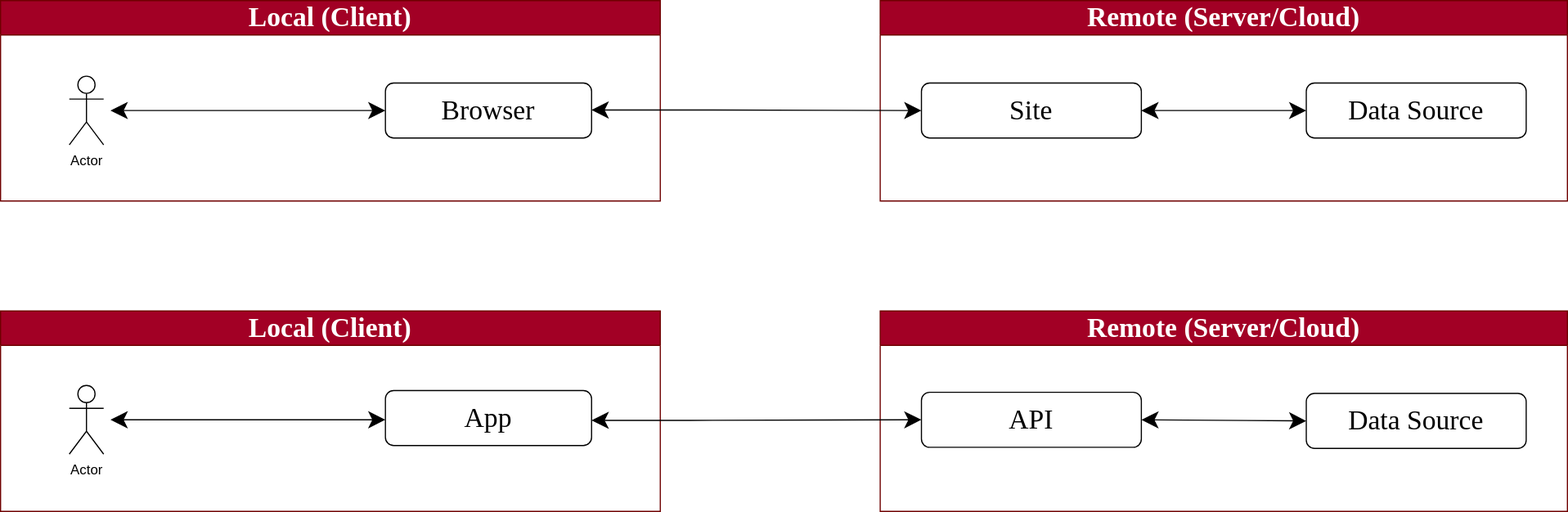
Earlier version of the draw.io export slides/images/website-vs-mobile-high-level.drawio.svg (andylech/talk-mobile-secrets). Source tidied: cells renumbered, new cells last; positions are measured from the earlier drawing's top-left corner, leaving out a move shared by most shapes.
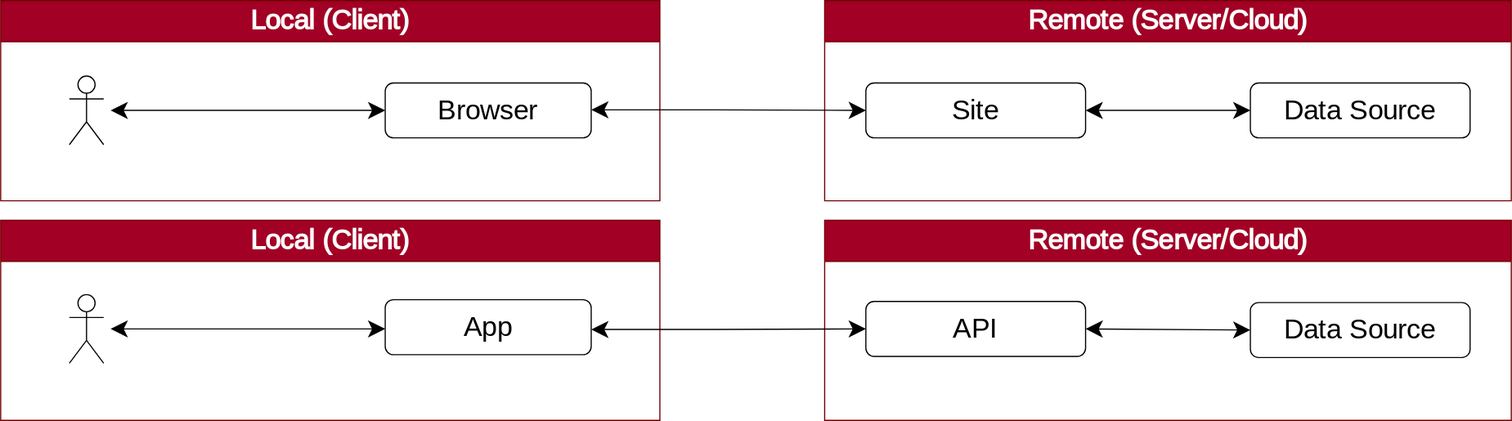
The same file after the commit.

What changed in the source:
```diff
@@ -2,13 +2,13 @@
   <root>
     <mxCell id="0" />
     <mxCell id="1" parent="0" />
-    <mxCell id="2" value="&lt;font face=&quot;Martel Sans&quot; style=&quot;font-size: 24px;&quot;&gt;Local (Client)&lt;/font&gt;" style="swimlane;whiteSpace=wrap;html=1;fillColor=#a20025;fontColor=#ffffff;strokeColor=#6F0000;swimlaneFillColor=none;startSize=30;glass=0;rounded=0;" parent="1" vertex="1">
-      <mxGeometry width="576" height="175" as="geometry" />
+    <mxCell id="2" value="&lt;font style=&quot;font-size: 24px;&quot;&gt;Local (Client)&lt;/font&gt;" style="swimlane;whiteSpace=wrap;html=1;fillColor=#a20025;fontColor=#ffffff;strokeColor=#6F0000;swimlaneFillColor=none;startSize=36;glass=0;rounded=0;fontFamily=Martel Sans;fontSource=https%3A%2F%2Ffonts.googleapis.com%2Fcss%3Ffamily%3DMartel%2BSans;" parent="1" vertex="1">
+      <mxGeometry x="-24" y="-24" width="576" height="175" as="geometry" />
     </mxCell>
     <mxCell id="3" value="&lt;font style=&quot;font-size: 24px;&quot;&gt;Browser&lt;/font&gt;" style="rounded=1;whiteSpace=wrap;html=1;fontSize=20;startSize=30;fillColor=none;gradientColor=none;labelBackgroundColor=default;fontFamily=Martel Sans;fontSource=https%3A%2F%2Ffonts.googleapis.com%2Fcss%3Ffamily%3DMartel%2BSans;" parent="2" vertex="1">
       <mxGeometry x="336" y="72" width="180" height="48" as="geometry" />
     </mxCell>
-    <mxCell id="4" style="endArrow=classic;html=1;fontSize=20;startSize=12;entryX=0;entryY=0.5;entryDx=0;entryDy=0;startArrow=classic;startFill=1;endFill=1;endSize=12;" parent="2" edge="1" target="3">
+    <mxCell id="4" style="endArrow=classic;html=1;fontSize=20;startSize=12;entryX=0;entryY=0.5;entryDx=0;entryDy=0;startArrow=classic;startFill=1;endFill=1;endSize=12;fontFamily=Martel Sans;fontSource=https%3A%2F%2Ffonts.googleapis.com%2Fcss%3Ffamily%3DMartel%2BSans;" parent="2" edge="1" target="3">
       <mxGeometry relative="1" as="geometry">
         <mxPoint x="96" y="96" as="sourcePoint" />
         <Array as="points">
@@ -16,11 +16,11 @@
         </Array>
       </mxGeometry>
     </mxCell>
-    <mxCell id="5" value="Actor" style="shape=umlActor;verticalLabelPosition=bottom;verticalAlign=top;html=1;" parent="2" vertex="1">
+    <mxCell id="5" value="Actor" style="shape=umlActor;verticalLabelPosition=bottom;verticalAlign=top;fontFamily=Martel Sans;fontSource=https%3A%2F%2Ffonts.googleapis.com%2Fcss%3Ffamily%3DMartel%2BSans;html=1;fontColor=none;noLabel=1;" parent="2" vertex="1">
       <mxGeometry x="60" y="66" width="30" height="60" as="geometry" />
     </mxCell>
-    <mxCell id="6" value="&lt;font style=&quot;font-size: 24px;&quot;&gt;Remote (Server/Cloud)&lt;/font&gt;" style="swimlane;whiteSpace=wrap;html=1;fillColor=#a20025;fontColor=#ffffff;strokeColor=#6F0000;swimlaneFillColor=none;fontSize=20;startSize=30;fontFamily=Martel Sans;fontSource=https%3A%2F%2Ffonts.googleapis.com%2Fcss%3Ffamily%3DMartel%2BSans;" parent="1" vertex="1">
-      <mxGeometry x="768" width="600" height="175" as="geometry" />
+    <mxCell id="6" value="&lt;font style=&quot;font-size: 24px;&quot;&gt;Remote (Server/Cloud)&lt;/font&gt;" style="swimlane;whiteSpace=wrap;html=1;fillColor=#a20025;fontColor=#ffffff;strokeColor=#6F0000;swimlaneFillColor=none;fontSize=20;startSize=36;fontFamily=Martel Sans;fontSource=https%3A%2F%2Ffonts.googleapis.com%2Fcss%3Ffamily%3DMartel%2BSans;" parent="1" vertex="1">
+      <mxGeometry x="696" y="-24" width="600" height="175" as="geometry" />
     </mxCell>
     <mxCell id="7" value="&lt;font style=&quot;font-size: 24px;&quot;&gt;Site&lt;/font&gt;" style="rounded=1;whiteSpace=wrap;html=1;fontSize=20;startSize=30;fillColor=none;gradientColor=none;fontFamily=Martel Sans;fontSource=https%3A%2F%2Ffonts.googleapis.com%2Fcss%3Ffamily%3DMartel%2BSans;" parent="6" vertex="1">
       <mxGeometry x="36" y="72" width="192" height="48" as="geometry" />
@@ -31,21 +31,21 @@
     <mxCell id="9" style="endArrow=classic;startArrow=classic;html=1;fontFamily=Martel Sans;fontSource=https%3A%2F%2Ffonts.googleapis.com%2Fcss%3Ffamily%3DMartel%2BSans;endSize=12;exitX=1;exitY=0.5;exitDx=0;exitDy=0;entryX=0;entryY=0.5;entryDx=0;entryDy=0;startSize=12;" parent="6" edge="1" source="7" target="8">
       <mxGeometry relative="1" as="geometry" />
     </mxCell>
-    <mxCell id="10" style="endArrow=classic;html=1;fontSize=20;startSize=12;entryX=0;entryY=0.5;entryDx=0;entryDy=0;exitX=1;exitY=0.5;exitDx=0;exitDy=0;startArrow=classic;startFill=1;endFill=1;endSize=12;" parent="1" edge="1" target="7">
+    <mxCell id="10" style="endArrow=classic;html=1;fontSize=20;startSize=12;entryX=0;entryY=0.5;entryDx=0;entryDy=0;exitX=1;exitY=0.5;exitDx=0;exitDy=0;startArrow=classic;startFill=1;endFill=1;endSize=12;fontFamily=Martel Sans;fontSource=https%3A%2F%2Ffonts.googleapis.com%2Fcss%3Ffamily%3DMartel%2BSans;" parent="1" edge="1" target="7">
       <mxGeometry relative="1" as="geometry">
-        <mxPoint x="516" y="95.5" as="sourcePoint" />
+        <mxPoint x="492" y="71.5" as="sourcePoint" />
         <Array as="points">
-          <mxPoint x="612" y="95.5" />
+          <mxPoint x="588" y="71.5" />
         </Array>
       </mxGeometry>
     </mxCell>
-    <mxCell id="11" value="&lt;font face=&quot;Martel Sans&quot; style=&quot;font-size: 24px;&quot;&gt;Local (Client)&lt;/font&gt;" style="swimlane;whiteSpace=wrap;html=1;fillColor=#a20025;fontColor=#ffffff;strokeColor=#6F0000;swimlaneFillColor=none;startSize=30;glass=0;rounded=0;" parent="1" vertex="1">
-      <mxGeometry y="271" width="576" height="175" as="geometry" />
+    <mxCell id="11" value="&lt;font style=&quot;font-size: 24px;&quot;&gt;Local (Client)&lt;/font&gt;" style="swimlane;whiteSpace=wrap;html=1;fillColor=#a20025;fontColor=#ffffff;strokeColor=#6F0000;swimlaneFillColor=none;startSize=36;glass=0;rounded=0;fontFamily=Martel Sans;fontSource=https%3A%2F%2Ffonts.googleapis.com%2Fcss%3Ffamily%3DMartel%2BSans;" parent="1" vertex="1">
+      <mxGeometry x="-24" y="168" width="576" height="175" as="geometry" />
     </mxCell>
     <mxCell id="12" value="&lt;font style=&quot;font-size: 24px;&quot;&gt;App&lt;/font&gt;" style="rounded=1;whiteSpace=wrap;html=1;fontSize=20;startSize=30;fillColor=none;gradientColor=none;labelBackgroundColor=default;fontFamily=Martel Sans;fontSource=https%3A%2F%2Ffonts.googleapis.com%2Fcss%3Ffamily%3DMartel%2BSans;" parent="11" vertex="1">
       <mxGeometry x="336" y="69.5" width="180" height="48" as="geometry" />
     </mxCell>
-    <mxCell id="13" style="endArrow=classic;html=1;fontSize=20;startSize=12;entryX=0;entryY=0.5;entryDx=0;entryDy=0;startArrow=classic;startFill=1;endFill=1;endSize=12;" parent="11" edge="1">
+    <mxCell id="13" style="endArrow=classic;html=1;fontSize=20;startSize=12;entryX=0;entryY=0.5;entryDx=0;entryDy=0;startArrow=classic;startFill=1;endFill=1;endSize=12;fontFamily=Martel Sans;fontSource=https%3A%2F%2Ffonts.googleapis.com%2Fcss%3Ffamily%3DMartel%2BSans;" parent="11" edge="1">
       <mxGeometry relative="1" as="geometry">
         <mxPoint x="96" y="95" as="sourcePoint" />
         <mxPoint x="336" y="95" as="targetPoint" />
@@ -54,11 +54,11 @@
         </Array>
       </mxGeometry>
     </mxCell>
-    <mxCell id="14" value="Actor" style="shape=umlActor;verticalLabelPosition=bottom;verticalAlign=top;html=1;" parent="11" vertex="1">
+    <mxCell id="14" value="Actor" style="shape=umlActor;verticalLabelPosition=bottom;verticalAlign=top;html=1;fontFamily=Martel Sans;fontSource=https%3A%2F%2Ffonts.googleapis.com%2Fcss%3Ffamily%3DMartel%2BSans;fontColor=none;noLabel=1;" parent="11" vertex="1">
       <mxGeometry x="60" y="65" width="30" height="60" as="geometry" />
     </mxCell>
-    <mxCell id="15" value="Remote (Server/Cloud)" style="swimlane;whiteSpace=wrap;html=1;fillColor=#a20025;fontColor=#ffffff;strokeColor=#6F0000;swimlaneFillColor=none;fontSize=24;startSize=30;fontFamily=Martel Sans;fontSource=https%3A%2F%2Ffonts.googleapis.com%2Fcss%3Ffamily%3DMartel%2BSans;" parent="1" vertex="1">
-      <mxGeometry x="768" y="271" width="600" height="175" as="geometry" />
+    <mxCell id="15" value="Remote (Server/Cloud)" style="swimlane;whiteSpace=wrap;html=1;fillColor=#a20025;fontColor=#ffffff;strokeColor=#6F0000;swimlaneFillColor=none;fontSize=24;startSize=36;fontFamily=Martel Sans;fontSource=https%3A%2F%2Ffonts.googleapis.com%2Fcss%3Ffamily%3DMartel%2BSans;" parent="1" vertex="1">
+      <mxGeometry x="696" y="168" width="600" height="175" as="geometry" />
     </mxCell>
     <mxCell id="16" value="&lt;font style=&quot;font-size: 24px;&quot;&gt;API&lt;/font&gt;" style="rounded=1;whiteSpace=wrap;html=1;fontSize=20;startSize=30;fillColor=none;gradientColor=none;fontFamily=Martel Sans;fontSource=https%3A%2F%2Ffonts.googleapis.com%2Fcss%3Ffamily%3DMartel%2BSans;" parent="15" vertex="1">
       <mxGeometry x="36" y="71" width="192" height="48" as="geometry" />
@@ -69,11 +69,11 @@
     <mxCell id="18" style="endArrow=classic;startArrow=classic;html=1;fontFamily=Martel Sans;fontSource=https%3A%2F%2Ffonts.googleapis.com%2Fcss%3Ffamily%3DMartel%2BSans;endSize=12;exitX=1;exitY=0.5;exitDx=0;exitDy=0;entryX=0;entryY=0.5;entryDx=0;entryDy=0;startSize=12;" parent="15" edge="1" source="16" target="17">
       <mxGeometry relative="1" as="geometry" />
     </mxCell>
-    <mxCell id="19" style="endArrow=classic;html=1;fontSize=20;startSize=12;entryX=0;entryY=0.5;entryDx=0;entryDy=0;exitX=1;exitY=0.5;exitDx=0;exitDy=0;startArrow=classic;startFill=1;endFill=1;endSize=12;" parent="1" edge="1" target="16">
+    <mxCell id="19" style="endArrow=classic;html=1;fontSize=20;startSize=12;entryX=0;entryY=0.5;entryDx=0;entryDy=0;exitX=1;exitY=0.5;exitDx=0;exitDy=0;startArrow=classic;startFill=1;endFill=1;endSize=12;fontFamily=Martel Sans;fontSource=https%3A%2F%2Ffonts.googleapis.com%2Fcss%3Ffamily%3DMartel%2BSans;" parent="1" edge="1" target="16">
       <mxGeometry relative="1" as="geometry">
-        <mxPoint x="516" y="366.5" as="sourcePoint" />
+        <mxPoint x="492" y="263.5" as="sourcePoint" />
         <Array as="points">
-          <mxPoint x="612" y="366.5" />
+          <mxPoint x="588" y="263.5" />
         </Array>
       </mxGeometry>
     </mxCell>
```
